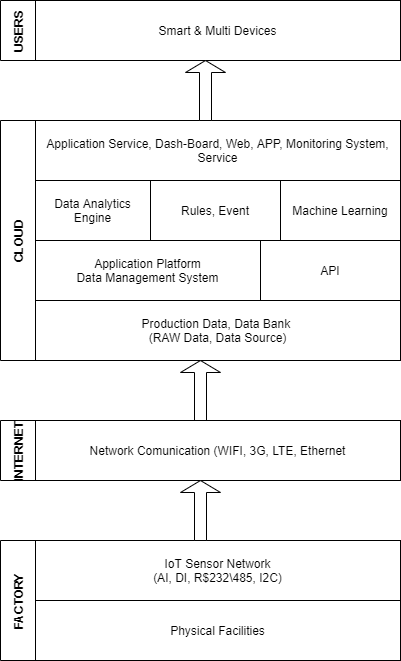
Earlier version of the draw.io export img/Flujo.drawio.png (fernmelen/Sistemas-Programables). Source tidied: cells renumbered, new cells last; positions are measured from the earlier drawing's top-left corner, leaving out a move shared by most shapes.
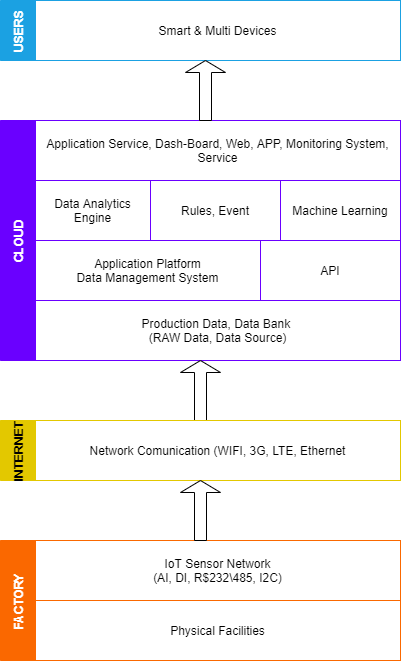
The same file after the commit.

Diff of the diagram source:
```diff
@@ -2,58 +2,58 @@
   <root>
     <mxCell id="0" />
     <mxCell id="1" parent="0" />
-    <mxCell id="2" value="USERS" style="swimlane;direction=east;startSize=35;horizontal=0;" parent="1" vertex="1">
+    <mxCell id="2" value="USERS" style="swimlane;direction=east;startSize=35;horizontal=0;fillColor=#1BA1E2;strokeColor=#1BA1E2;fontColor=#ffffff;" parent="1" vertex="1">
       <mxGeometry width="400" height="60" as="geometry" />
     </mxCell>
-    <mxCell id="3" value="Smart &amp;amp; Multi Devices" style="rounded=0;whiteSpace=wrap;html=1;" parent="2" vertex="1">
+    <mxCell id="3" value="Smart &amp;amp; Multi Devices" style="rounded=0;whiteSpace=wrap;html=1;strokeColor=#1BA1E2;strokeWidth=1;perimeterSpacing=0;" parent="2" vertex="1">
       <mxGeometry x="35" width="365" height="60" as="geometry" />
     </mxCell>
-    <mxCell id="4" value="CLOUD" style="swimlane;direction=east;startSize=35;horizontal=0;" parent="1" vertex="1">
+    <mxCell id="4" value="CLOUD" style="swimlane;direction=east;startSize=35;horizontal=0;fillColor=#6A00FF;strokeColor=#6A00FF;fontColor=#ffffff;" parent="1" vertex="1">
       <mxGeometry y="120" width="400" height="240" as="geometry" />
     </mxCell>
-    <mxCell id="5" value="Application Service, Dash-Board, Web, APP, Monitoring System, Service" style="rounded=0;whiteSpace=wrap;html=1;" parent="4" vertex="1">
+    <mxCell id="5" value="Application Service, Dash-Board, Web, APP, Monitoring System, Service" style="rounded=0;whiteSpace=wrap;html=1;strokeColor=#6A00FF;" parent="4" vertex="1">
       <mxGeometry x="35" width="365" height="60" as="geometry" />
     </mxCell>
-    <mxCell id="6" value="Data Analytics Engine" style="rounded=0;whiteSpace=wrap;html=1;" parent="4" vertex="1">
+    <mxCell id="6" value="Data Analytics Engine" style="rounded=0;whiteSpace=wrap;html=1;strokeColor=#6A00FF;" parent="4" vertex="1">
       <mxGeometry x="35" y="60" width="115" height="60" as="geometry" />
     </mxCell>
-    <mxCell id="7" value="Rules, Event" style="rounded=0;whiteSpace=wrap;html=1;" parent="4" vertex="1">
+    <mxCell id="7" value="Rules, Event" style="rounded=0;whiteSpace=wrap;html=1;strokeColor=#6A00FF;" parent="4" vertex="1">
       <mxGeometry x="150" y="60" width="130" height="60" as="geometry" />
     </mxCell>
-    <mxCell id="8" value="Machine Learning" style="rounded=0;whiteSpace=wrap;html=1;" parent="4" vertex="1">
+    <mxCell id="8" value="Machine Learning" style="rounded=0;whiteSpace=wrap;html=1;strokeColor=#6A00FF;" parent="4" vertex="1">
       <mxGeometry x="280" y="60" width="120" height="60" as="geometry" />
     </mxCell>
-    <mxCell id="9" value="Application Platform&lt;br&gt;Data Management System" style="rounded=0;whiteSpace=wrap;html=1;" parent="4" vertex="1">
+    <mxCell id="9" value="Application Platform&lt;br&gt;Data Management System" style="rounded=0;whiteSpace=wrap;html=1;strokeColor=#6A00FF;" parent="4" vertex="1">
       <mxGeometry x="35" y="120" width="225" height="60" as="geometry" />
     </mxCell>
-    <mxCell id="10" value="API" style="rounded=0;whiteSpace=wrap;html=1;" parent="4" vertex="1">
+    <mxCell id="10" value="API" style="rounded=0;whiteSpace=wrap;html=1;strokeColor=#6A00FF;" parent="4" vertex="1">
       <mxGeometry x="260" y="120" width="140" height="60" as="geometry" />
     </mxCell>
-    <mxCell id="11" value="Production Data, Data Bank &lt;br&gt;(RAW Data, Data Source)" style="rounded=0;whiteSpace=wrap;html=1;" parent="4" vertex="1">
+    <mxCell id="11" value="Production Data, Data Bank &lt;br&gt;(RAW Data, Data Source)" style="rounded=0;whiteSpace=wrap;html=1;strokeColor=#6A00FF;" parent="4" vertex="1">
       <mxGeometry x="35" y="180" width="365" height="60" as="geometry" />
     </mxCell>
-    <mxCell id="12" style="shape=singleArrow;direction=north;whiteSpace=wrap;html=1;" parent="1" vertex="1">
+    <mxCell id="12" style="shape=singleArrow;direction=north;whiteSpace=wrap;html=1;strokeColor=#000000;" parent="1" vertex="1">
       <mxGeometry x="185" y="60" width="40" height="60" as="geometry" />
     </mxCell>
-    <mxCell id="13" style="shape=singleArrow;direction=north;whiteSpace=wrap;html=1;" parent="1" vertex="1">
+    <mxCell id="13" style="shape=singleArrow;direction=north;whiteSpace=wrap;html=1;strokeColor=#000000;" parent="1" vertex="1">
       <mxGeometry x="180" y="360" width="40" height="60" as="geometry" />
     </mxCell>
-    <mxCell id="14" value="INTERNET" style="swimlane;direction=east;startSize=35;horizontal=0;" parent="1" vertex="1">
+    <mxCell id="14" value="INTERNET" style="swimlane;direction=east;startSize=35;horizontal=0;fillColor=#E3C800;strokeColor=#E3C800;" parent="1" vertex="1">
       <mxGeometry y="420" width="400" height="60" as="geometry" />
     </mxCell>
-    <mxCell id="15" value="Network Comunication (WIFI, 3G, LTE, Ethernet" style="rounded=0;whiteSpace=wrap;html=1;" parent="14" vertex="1">
+    <mxCell id="15" value="Network Comunication (WIFI, 3G, LTE, Ethernet" style="rounded=0;whiteSpace=wrap;html=1;strokeColor=#E3C800;" parent="14" vertex="1">
       <mxGeometry x="35" width="365" height="60" as="geometry" />
     </mxCell>
-    <mxCell id="16" value="FACTORY" style="swimlane;direction=east;startSize=35;horizontal=0;" parent="1" vertex="1">
+    <mxCell id="16" value="FACTORY" style="swimlane;direction=east;startSize=35;horizontal=0;fillColor=#FA6800;strokeColor=#FA6800;fontColor=#ffffff;" parent="1" vertex="1">
       <mxGeometry y="540" width="400" height="120" as="geometry" />
     </mxCell>
-    <mxCell id="17" value="IoT Sensor Network&lt;br&gt;(AI, DI, R$232\485, I2C)" style="rounded=0;whiteSpace=wrap;html=1;" parent="16" vertex="1">
+    <mxCell id="17" value="IoT Sensor Network&lt;br&gt;(AI, DI, R$232\485, I2C)" style="rounded=0;whiteSpace=wrap;html=1;strokeColor=#FA6800;" parent="16" vertex="1">
       <mxGeometry x="35" width="365" height="60" as="geometry" />
     </mxCell>
-    <mxCell id="18" value="Physical Facilities" style="rounded=0;whiteSpace=wrap;html=1;" parent="16" vertex="1">
+    <mxCell id="18" value="Physical Facilities" style="rounded=0;whiteSpace=wrap;html=1;strokeColor=#FA6800;" parent="16" vertex="1">
       <mxGeometry x="35" y="60" width="365" height="60" as="geometry" />
     </mxCell>
-    <mxCell id="19" style="shape=singleArrow;direction=north;whiteSpace=wrap;html=1;" parent="1" vertex="1">
+    <mxCell id="19" style="shape=singleArrow;direction=north;whiteSpace=wrap;html=1;strokeColor=#000000;" parent="1" vertex="1">
       <mxGeometry x="180" y="480" width="40" height="60" as="geometry" />
     </mxCell>
   </root>
```
